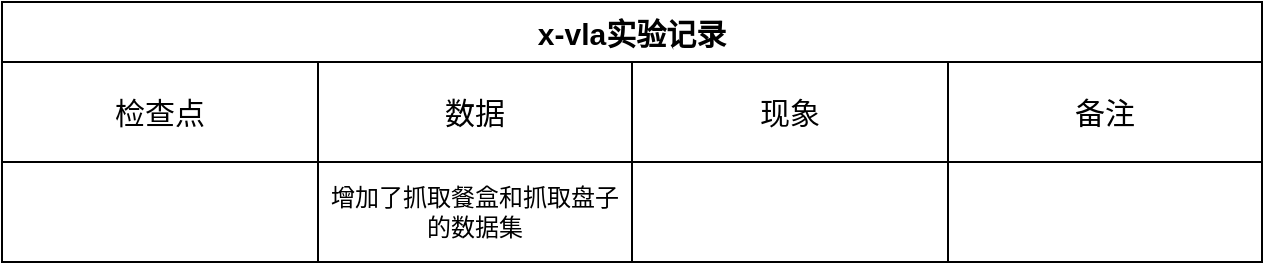
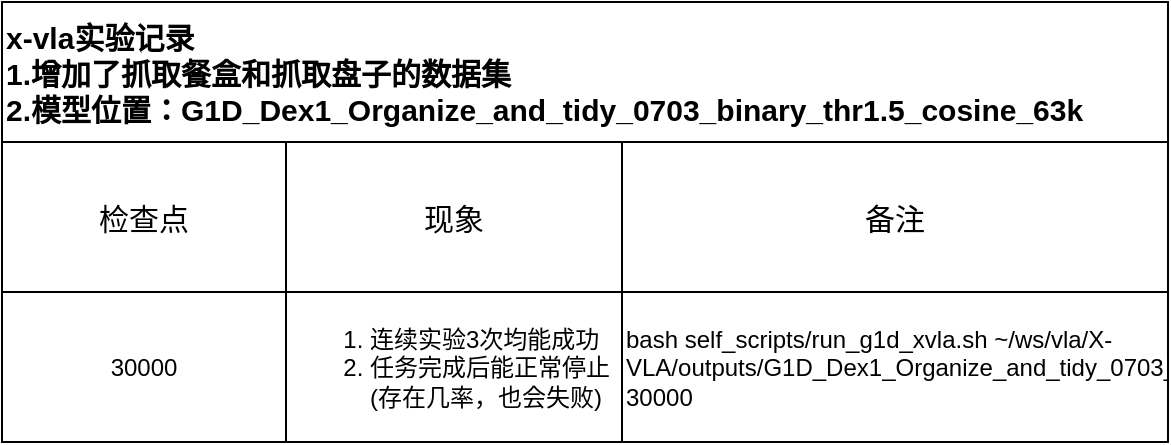
<mxfile host="app.diagrams.net">
  <diagram name="第 1 页" id="bbv3KnApaKkcxtFHJsaO">
    <mxGraphModel dx="1344" dy="764" grid="1" gridSize="10" guides="1" tooltips="1" connect="1" arrows="1" fold="1" page="1" pageScale="1" pageWidth="827" pageHeight="1169" math="0" shadow="0">
      <root>
        <mxCell id="0" />
        <mxCell id="1" parent="0" />
-         <mxCell id="XuZmM4o7l536D6S7MHI1-1" parent="1" style="shape=table;startSize=30;container=1;collapsible=0;childLayout=tableLayout;fixedHeader=1;fontSize=15;fontStyle=1" value="x-vla实验记录" vertex="1">
-           <mxGeometry height="130" width="630" x="120" y="120" as="geometry" />
+         <mxCell id="XuZmM4o7l536D6S7MHI1-1" parent="1" style="shape=table;startSize=70;container=1;collapsible=0;childLayout=tableLayout;fixedHeader=1;fontSize=15;fontStyle=1;align=left;" value="x-vla实验记录&#xa;1.增加了抓取餐盒和抓取盘子的数据集&#xa;2.模型位置：G1D_Dex1_Organize_and_tidy_0703_binary_thr1.5_cosine_63k" vertex="1">
+           <mxGeometry height="220" width="583" x="60" y="150" as="geometry" />
        </mxCell>
        <mxCell id="XuZmM4o7l536D6S7MHI1-2" parent="XuZmM4o7l536D6S7MHI1-1" style="shape=tableRow;horizontal=0;startSize=0;swimlaneHead=0;swimlaneBody=0;strokeColor=inherit;top=0;left=0;bottom=0;right=0;collapsible=0;dropTarget=0;fillColor=none;points=[[0,0.5],[1,0.5]];portConstraint=eastwest;fixedHeader=1;" value="" vertex="1">
-           <mxGeometry height="50" width="630" y="30" as="geometry" />
+           <mxGeometry height="75" width="583" y="70" as="geometry" />
        </mxCell>
        <mxCell id="XuZmM4o7l536D6S7MHI1-3" parent="XuZmM4o7l536D6S7MHI1-2" style="shape=partialRectangle;html=1;whiteSpace=wrap;connectable=0;strokeColor=inherit;overflow=hidden;fillColor=none;top=0;left=0;bottom=0;right=0;pointerEvents=1;fontSize=15;" value="检查点" vertex="1">
-           <mxGeometry height="50" width="158" as="geometry">
-             <mxRectangle height="50" width="158" as="alternateBounds" />
-           </mxGeometry>
-         </mxCell>
-         <mxCell id="XuZmM4o7l536D6S7MHI1-4" parent="XuZmM4o7l536D6S7MHI1-2" style="shape=partialRectangle;html=1;whiteSpace=wrap;connectable=0;strokeColor=inherit;overflow=hidden;fillColor=none;top=0;left=0;bottom=0;right=0;pointerEvents=1;fontSize=15;" value="数据" vertex="1">
-           <mxGeometry height="50" width="157" x="158" as="geometry">
-             <mxRectangle height="50" width="157" as="alternateBounds" />
+           <mxGeometry height="75" width="142" as="geometry">
+             <mxRectangle height="75" width="142" as="alternateBounds" />
          </mxGeometry>
        </mxCell>
        <mxCell id="XuZmM4o7l536D6S7MHI1-5" parent="XuZmM4o7l536D6S7MHI1-2" style="shape=partialRectangle;html=1;whiteSpace=wrap;connectable=0;strokeColor=inherit;overflow=hidden;fillColor=none;top=0;left=0;bottom=0;right=0;pointerEvents=1;fontSize=15;" value="现象" vertex="1">
-           <mxGeometry height="50" width="158" x="315" as="geometry">
-             <mxRectangle height="50" width="158" as="alternateBounds" />
+           <mxGeometry height="75" width="168" x="142" as="geometry">
+             <mxRectangle height="75" width="168" as="alternateBounds" />
          </mxGeometry>
        </mxCell>
        <mxCell id="XuZmM4o7l536D6S7MHI1-6" parent="XuZmM4o7l536D6S7MHI1-2" style="shape=partialRectangle;html=1;whiteSpace=wrap;connectable=0;strokeColor=inherit;overflow=hidden;fillColor=none;top=0;left=0;bottom=0;right=0;pointerEvents=1;fontSize=15;" value="备注" vertex="1">
-           <mxGeometry height="50" width="157" x="473" as="geometry">
-             <mxRectangle height="50" width="157" as="alternateBounds" />
+           <mxGeometry height="75" width="273" x="310" as="geometry">
+             <mxRectangle height="75" width="273" as="alternateBounds" />
          </mxGeometry>
        </mxCell>
        <mxCell id="XuZmM4o7l536D6S7MHI1-7" parent="XuZmM4o7l536D6S7MHI1-1" style="shape=tableRow;horizontal=0;startSize=0;swimlaneHead=0;swimlaneBody=0;strokeColor=inherit;top=0;left=0;bottom=0;right=0;collapsible=0;dropTarget=0;fillColor=none;points=[[0,0.5],[1,0.5]];portConstraint=eastwest;fixedHeader=1;" value="" vertex="1">
-           <mxGeometry height="50" width="630" y="80" as="geometry" />
+           <mxGeometry height="75" width="583" y="145" as="geometry" />
        </mxCell>
-         <mxCell id="XuZmM4o7l536D6S7MHI1-8" parent="XuZmM4o7l536D6S7MHI1-7" style="shape=partialRectangle;html=1;whiteSpace=wrap;connectable=0;strokeColor=inherit;overflow=hidden;fillColor=none;top=0;left=0;bottom=0;right=0;pointerEvents=1;" value="" vertex="1">
-           <mxGeometry height="50" width="158" as="geometry">
-             <mxRectangle height="50" width="158" as="alternateBounds" />
+         <mxCell id="XuZmM4o7l536D6S7MHI1-8" parent="XuZmM4o7l536D6S7MHI1-7" style="shape=partialRectangle;html=1;whiteSpace=wrap;connectable=0;strokeColor=inherit;overflow=hidden;fillColor=none;top=0;left=0;bottom=0;right=0;pointerEvents=1;" value="30000" vertex="1">
+           <mxGeometry height="75" width="142" as="geometry">
+             <mxRectangle height="75" width="142" as="alternateBounds" />
          </mxGeometry>
        </mxCell>
-         <mxCell id="XuZmM4o7l536D6S7MHI1-9" parent="XuZmM4o7l536D6S7MHI1-7" style="shape=partialRectangle;html=1;whiteSpace=wrap;connectable=0;strokeColor=inherit;overflow=hidden;fillColor=none;top=0;left=0;bottom=0;right=0;pointerEvents=1;" value="增加了抓取餐盒和抓取盘子的数据集" vertex="1">
-           <mxGeometry height="50" width="157" x="158" as="geometry">
-             <mxRectangle height="50" width="157" as="alternateBounds" />
+         <mxCell id="XuZmM4o7l536D6S7MHI1-10" parent="XuZmM4o7l536D6S7MHI1-7" style="shape=partialRectangle;html=1;whiteSpace=wrap;connectable=0;strokeColor=inherit;overflow=hidden;fillColor=none;top=0;left=0;bottom=0;right=0;pointerEvents=1;align=left;" value="&lt;ol&gt;&lt;li&gt;&lt;span style=&quot;background-color: transparent; color: light-dark(rgb(0, 0, 0), rgb(255, 255, 255));&quot;&gt;连续实验3次均能成功&lt;/span&gt;&lt;/li&gt;&lt;li&gt;&lt;span style=&quot;background-color: transparent; color: light-dark(rgb(0, 0, 0), rgb(255, 255, 255));&quot;&gt;任务完成后能正常停止(存在几率，也会失败)&lt;/span&gt;&lt;/li&gt;&lt;/ol&gt;" vertex="1">
+           <mxGeometry height="75" width="168" x="142" as="geometry">
+             <mxRectangle height="75" width="168" as="alternateBounds" />
          </mxGeometry>
        </mxCell>
-         <mxCell id="XuZmM4o7l536D6S7MHI1-10" parent="XuZmM4o7l536D6S7MHI1-7" style="shape=partialRectangle;html=1;whiteSpace=wrap;connectable=0;strokeColor=inherit;overflow=hidden;fillColor=none;top=0;left=0;bottom=0;right=0;pointerEvents=1;" value="" vertex="1">
-           <mxGeometry height="50" width="158" x="315" as="geometry">
-             <mxRectangle height="50" width="158" as="alternateBounds" />
-           </mxGeometry>
-         </mxCell>
-         <mxCell id="XuZmM4o7l536D6S7MHI1-11" parent="XuZmM4o7l536D6S7MHI1-7" style="shape=partialRectangle;html=1;whiteSpace=wrap;connectable=0;strokeColor=inherit;overflow=hidden;fillColor=none;top=0;left=0;bottom=0;right=0;pointerEvents=1;" value="" vertex="1">
-           <mxGeometry height="50" width="157" x="473" as="geometry">
-             <mxRectangle height="50" width="157" as="alternateBounds" />
+         <mxCell id="XuZmM4o7l536D6S7MHI1-11" parent="XuZmM4o7l536D6S7MHI1-7" style="shape=partialRectangle;html=1;whiteSpace=wrap;connectable=0;strokeColor=inherit;overflow=hidden;fillColor=none;top=0;left=0;bottom=0;right=0;pointerEvents=1;align=left;" value="bash self_scripts/run_g1d_xvla.sh ~/ws/vla/X-VLA/outputs/G1D_Dex1_Organize_and_tidy_0703_binary_thr1.5_cosine_63k/ckpt-30000" vertex="1">
+           <mxGeometry height="75" width="273" x="310" as="geometry">
+             <mxRectangle height="75" width="273" as="alternateBounds" />
          </mxGeometry>
        </mxCell>
      </root>
    </mxGraphModel>
  </diagram>
</mxfile>
